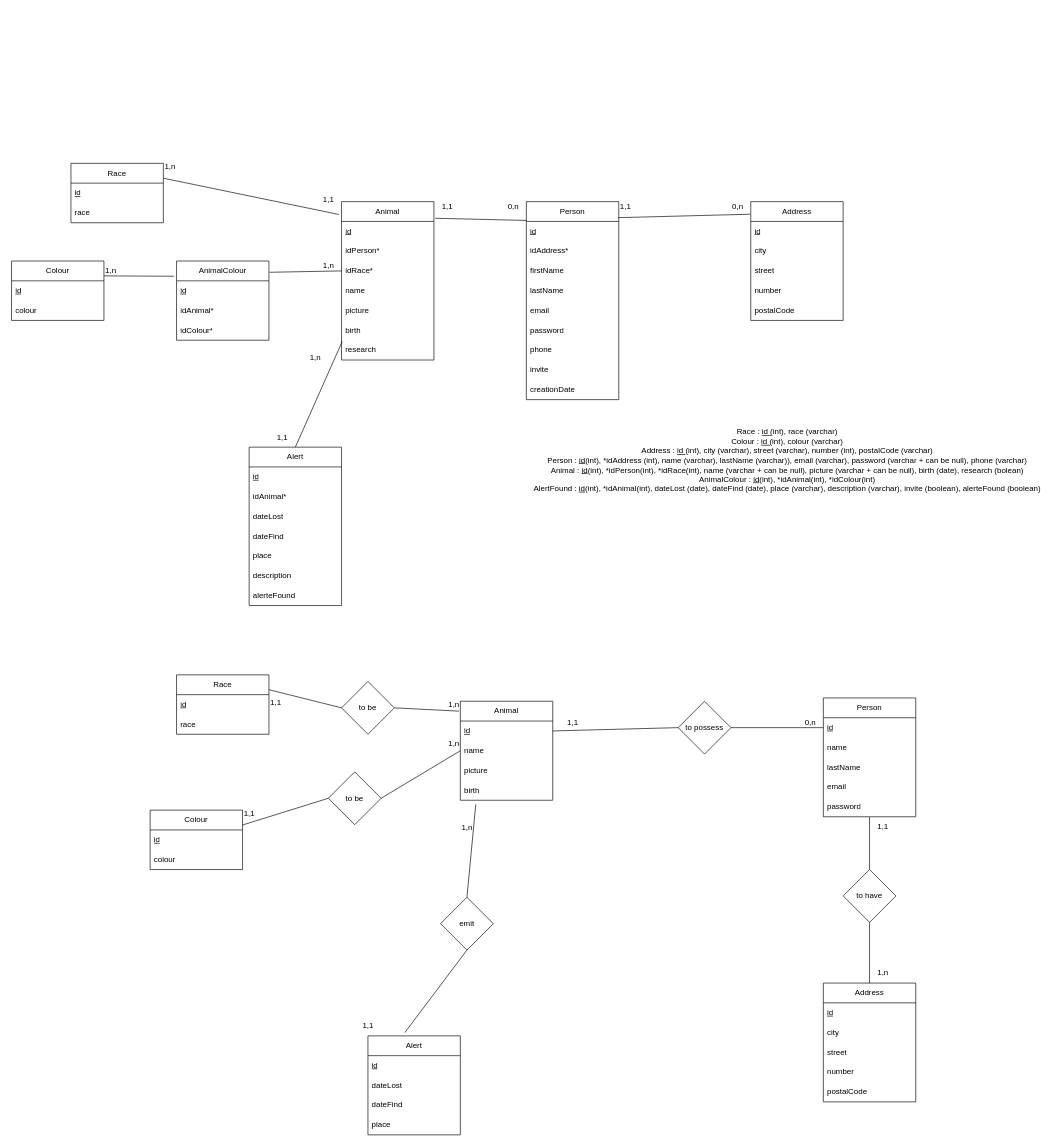
This is BDAlawan.drawio from Brocolioze/Alawan, a draw.io file, before an edit. Source tidied: cells renumbered, new cells numbered last; positions are measured from the earlier drawing's top-left corner, leaving out a move shared by most shapes. Both pictures are drawn from the tidied source at 66%, with x=0, y=0 at pixel (11, 156).
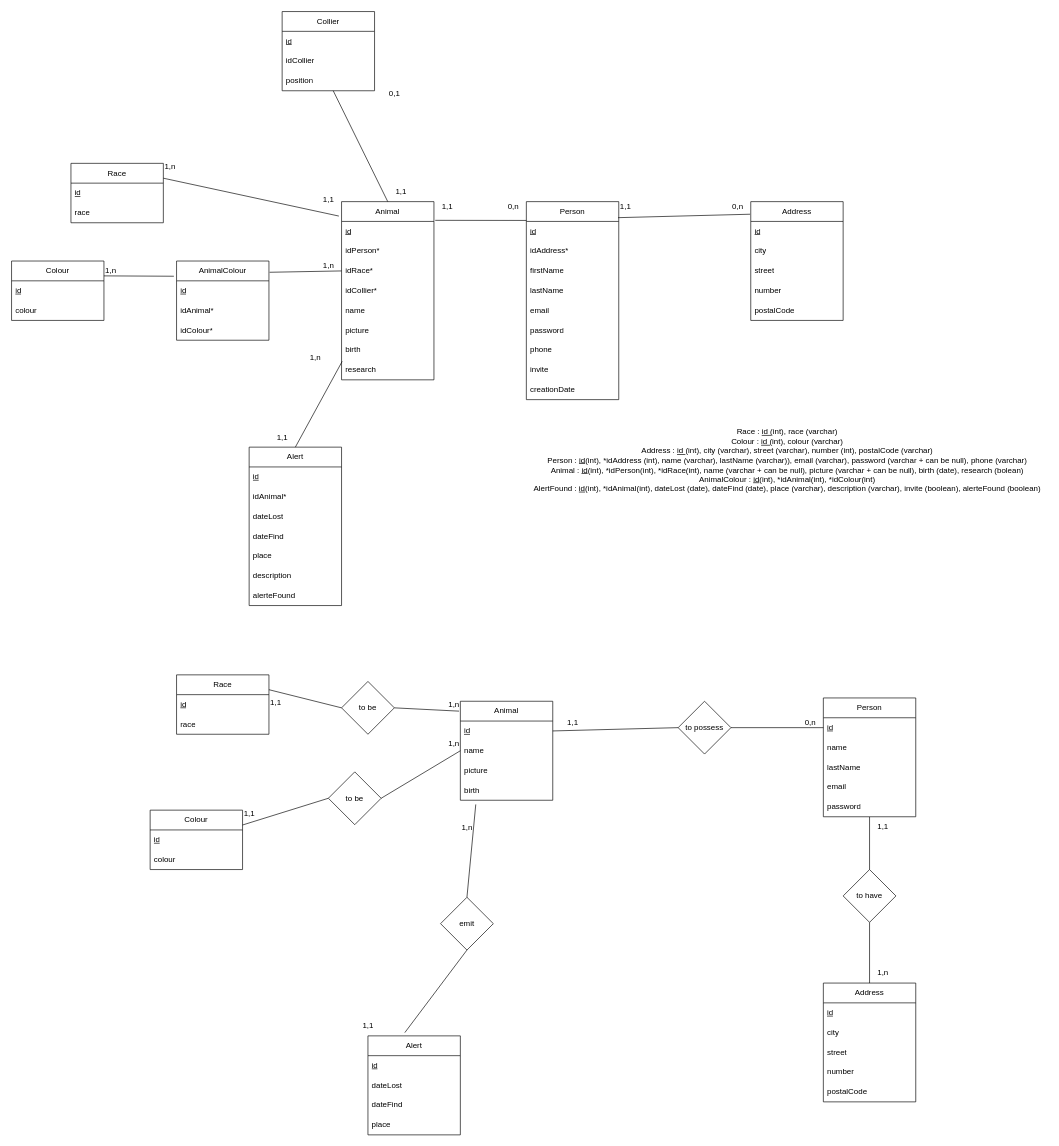
After the change.

Commit message (it also covers changes not shown here):
Modification de la base de dnnées

modification pour le nfc et le gps. Donc rajout d'une nouvelle table collier avec la position

What changed in the source:
```diff
@@
     <mxCell id="2" value="Animal" style="swimlane;fontStyle=0;horizontal=1;startSize=30;whiteSpace=wrap;html=1;" parent="1" vertex="1">
-      <mxGeometry x="500" y="68" width="140" height="240" as="geometry" />
+      <mxGeometry x="500" y="68" width="140" height="270" as="geometry" />
     </mxCell>
@@
+    <mxCell id="114" value="idCollier*" style="text;strokeColor=none;fillColor=none;align=left;verticalAlign=middle;spacingLeft=4;spacingRight=4;overflow=hidden;whiteSpace=wrap;html=1;" parent="2" vertex="1">
+      <mxGeometry y="120" width="140" height="30" as="geometry" />
+    </mxCell>
     <mxCell id="6" value="name" style="text;strokeColor=none;fillColor=none;align=left;verticalAlign=middle;spacingLeft=4;spacingRight=4;overflow=hidden;whiteSpace=wrap;html=1;" parent="2" vertex="1">
-      <mxGeometry y="120" width="140" height="30" as="geometry" />
+      <mxGeometry y="150" width="140" height="30" as="geometry" />
     </mxCell>
     <mxCell id="7" value="picture" style="text;strokeColor=none;fillColor=none;align=left;verticalAlign=middle;spacingLeft=4;spacingRight=4;overflow=hidden;whiteSpace=wrap;html=1;" parent="2" vertex="1">
-      <mxGeometry y="150" width="140" height="30" as="geometry" />
+      <mxGeometry y="180" width="140" height="30" as="geometry" />
     </mxCell>
     <mxCell id="8" value="birth" style="text;strokeColor=none;fillColor=none;align=left;verticalAlign=middle;spacingLeft=4;spacingRight=4;overflow=hidden;points=[[0,0.5],[1,0.5]];portConstraint=eastwest;whiteSpace=wrap;html=1;" parent="2" vertex="1">
-      <mxGeometry y="180" width="140" height="30" as="geometry" />
+      <mxGeometry y="210" width="140" height="30" as="geometry" />
     </mxCell>
     <mxCell id="9" value="research" style="text;strokeColor=none;fillColor=none;align=left;verticalAlign=middle;spacingLeft=4;spacingRight=4;overflow=hidden;whiteSpace=wrap;html=1;" parent="2" vertex="1">
-      <mxGeometry y="210" width="140" height="30" as="geometry" />
+      <mxGeometry y="240" width="140" height="30" as="geometry" />
     </mxCell>
@@
+    <mxCell id="115" value="Collier" style="swimlane;fontStyle=0;horizontal=1;startSize=30;whiteSpace=wrap;html=1;" parent="1" vertex="1">
+      <mxGeometry x="410" y="-220" width="140" height="120" as="geometry" />
+    </mxCell>
+    <mxCell id="116" value="&lt;u&gt;id&lt;/u&gt;" style="text;strokeColor=none;fillColor=none;align=left;verticalAlign=middle;spacingLeft=4;spacingRight=4;overflow=hidden;whiteSpace=wrap;html=1;" parent="115" vertex="1">
+      <mxGeometry y="30" width="140" height="30" as="geometry" />
+    </mxCell>
+    <mxCell id="117" value="idCollier" style="text;strokeColor=none;fillColor=none;align=left;verticalAlign=middle;spacingLeft=4;spacingRight=4;overflow=hidden;whiteSpace=wrap;html=1;" parent="115" vertex="1">
+      <mxGeometry y="60" width="140" height="30" as="geometry" />
+    </mxCell>
+    <mxCell id="118" value="position" style="text;strokeColor=none;fillColor=none;align=left;verticalAlign=middle;spacingLeft=4;spacingRight=4;overflow=hidden;points=[[0,0.5],[1,0.5]];portConstraint=eastwest;whiteSpace=wrap;html=1;" parent="115" vertex="1">
+      <mxGeometry y="90" width="140" height="30" as="geometry" />
+    </mxCell>
+    <mxCell id="119" style="endArrow=none;html=1;rounded=0;exitX=0.5;exitY=0;exitDx=0;exitDy=0;" parent="1" edge="1" source="2" target="118">
+      <mxGeometry relative="1" as="geometry" />
+    </mxCell>
+    <mxCell id="120" value="0,1" style="text;html=1;align=center;verticalAlign=middle;strokeColor=none;fillColor=none;" parent="1" vertex="1">
+      <mxGeometry x="560" y="-110" width="40" height="30" as="geometry" />
+    </mxCell>
+    <mxCell id="121" value="1,1" style="text;html=1;align=center;verticalAlign=middle;strokeColor=none;fillColor=none;" parent="1" vertex="1">
+      <mxGeometry x="570" y="38" width="40" height="30" as="geometry" />
+    </mxCell>
```
